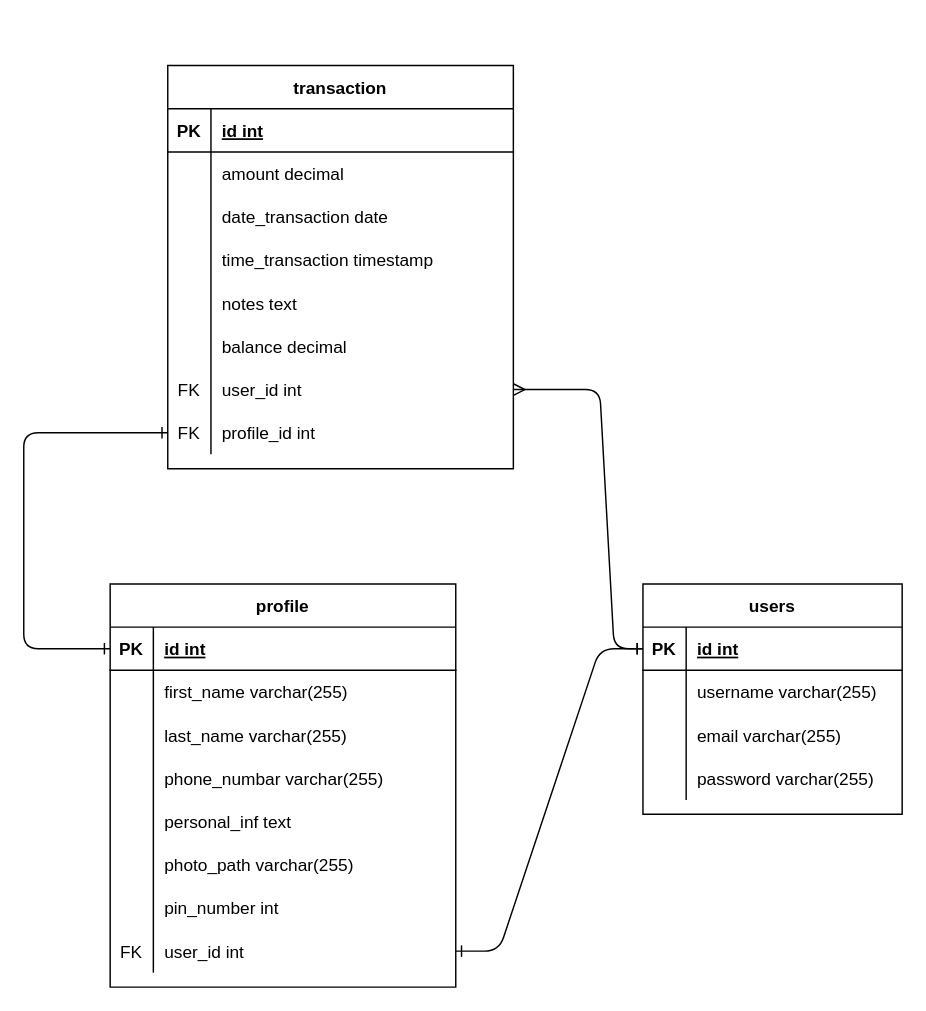
Above: erd.drawio in afrizalsofyan/fw9-backend (draw.io), before the change. Source tidied: cells renumbered, new cells numbered last; positions are measured from the earlier drawing's top-left corner, leaving out a move shared by most shapes. Both pictures are drawn from the tidied source at 144%, with x=0, y=0 at pixel (23, 65).
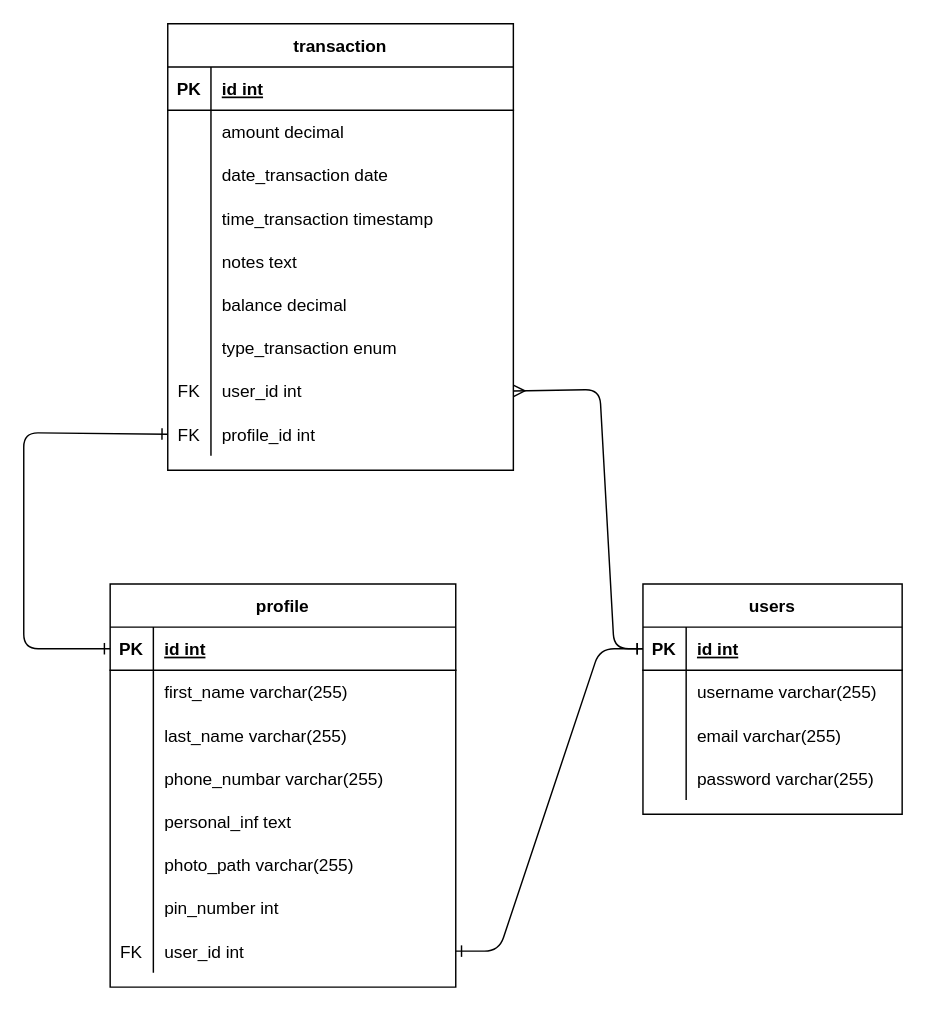
After the change.

Commit message (it also covers changes not shown here):
chore: update erd and analize db

What changed in the source:
```diff
@@
     <mxCell id="42" value="transaction" style="shape=table;startSize=30;childLayout=tableLayout;rowLines=0;fontStyle=1;align=center;" parent="1" vertex="1">
-      <mxGeometry x="100" width="240" height="280" as="geometry" />
+      <mxGeometry x="100" y="-29" width="240" height="310" as="geometry" />
     </mxCell>
@@
+    <mxCell id="68" style="shape=partialRectangle;fillColor=none;top=0;left=0;bottom=0;right=0;" parent="42" vertex="1">
+      <mxGeometry y="210" width="240" height="30" as="geometry" />
+    </mxCell>
+    <mxCell id="69" style="shape=partialRectangle;fillColor=none;top=0;left=0;bottom=0;right=0;overflow=hidden;" parent="68" vertex="1">
+      <mxGeometry width="30" height="30" as="geometry" />
+    </mxCell>
+    <mxCell id="70" value="type_transaction enum" style="shape=partialRectangle;fillColor=none;top=0;left=0;bottom=0;right=0;align=left;spacingLeft=6;overflow=hidden;" parent="68" vertex="1">
+      <mxGeometry x="30" width="210" height="30" as="geometry" />
+    </mxCell>
     <mxCell id="61" style="shape=partialRectangle;fillColor=none;top=0;left=0;bottom=0;right=0;points=[[0,0.5],[1,0.5]];portConstraint=eastwest;" parent="42" vertex="1">
-      <mxGeometry y="210" width="240" height="30" as="geometry" />
+      <mxGeometry y="240" width="240" height="30" as="geometry" />
     </mxCell>
@@
     <mxCell id="64" style="shape=partialRectangle;fillColor=none;top=0;left=0;bottom=0;right=0;points=[[0,0.5],[1,0.5]];portConstraint=eastwest;" parent="42" vertex="1">
-      <mxGeometry y="240" width="240" height="30" as="geometry" />
+      <mxGeometry y="270" width="240" height="30" as="geometry" />
     </mxCell>
```
